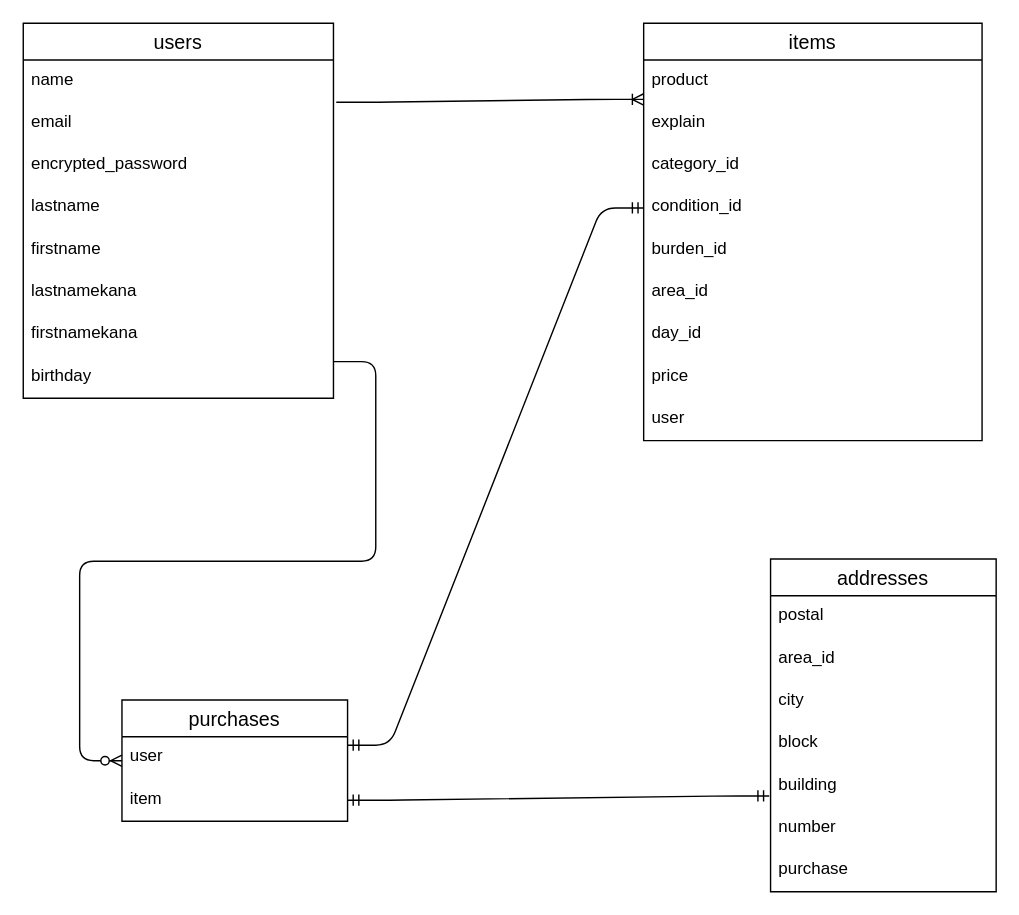
This is test.dio from sugastreet22/furima-32555, a draw.io file, before an edit. Source tidied: cells renumbered, new cells numbered last; positions are measured from the earlier drawing's top-left corner, leaving out a move shared by most shapes. Both pictures are drawn from the tidied source at 141%, with x=0, y=0 at pixel (23, 23).
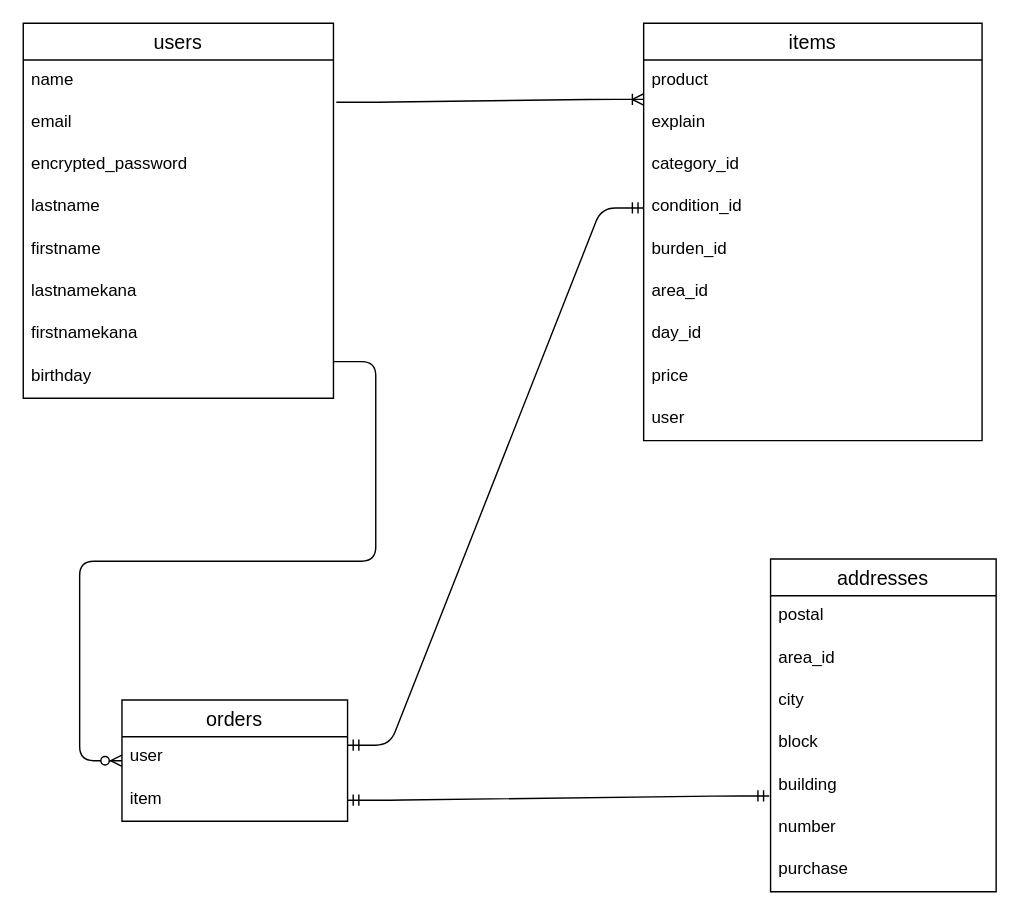
After the change.

Diff of the diagram source:
```diff
@@
-    <mxCell id="21" value="purchases" style="swimlane;fontStyle=0;horizontal=1;startSize=26;align=center;fontSize=14;" parent="1" vertex="1">
+    <mxCell id="21" value="orders" style="swimlane;fontStyle=0;horizontal=1;startSize=26;align=center;fontSize=14;" parent="1" vertex="1">
       <mxGeometry x="70" y="480" width="160" height="86" as="geometry" />
     </mxCell>
```
